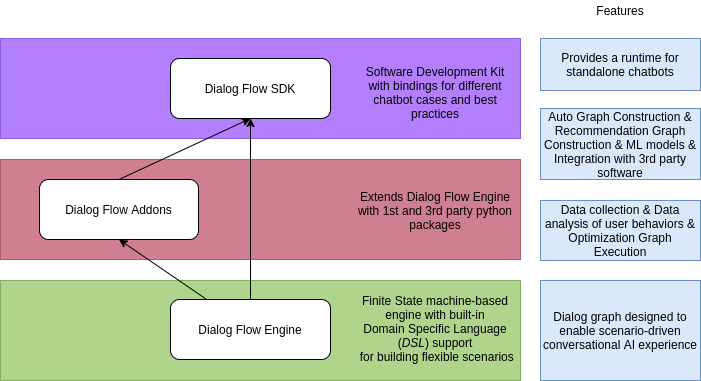
The draw.io diagram images/dff_stack.png in deeppavlovteam/dialog_flow_framework, before a commit. Source tidied: cells renumbered, new cells last; positions are measured from the earlier drawing's top-left corner, leaving out a move shared by most shapes.
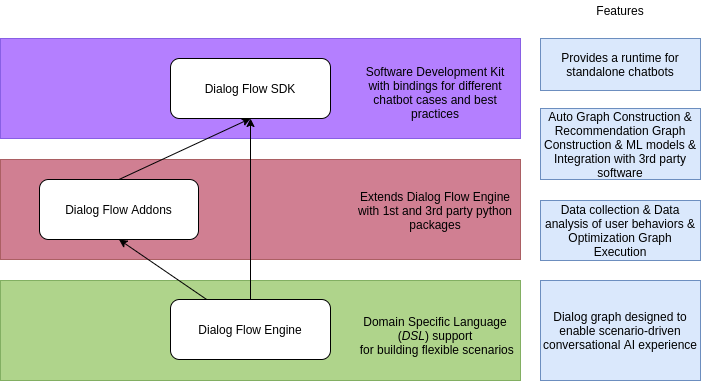
Above is the later version.

The edit, as a diff of the source:
```diff
@@ -32,7 +32,7 @@
     <mxCell id="11" value="Dialog Flow SDK" style="rounded=1;whiteSpace=wrap;html=1;" parent="1" vertex="1">
       <mxGeometry x="170" y="58" width="160" height="60" as="geometry" />
     </mxCell>
-    <mxCell id="12" value="&lt;span class=&quot;text&quot; lang=&quot;en&quot;&gt;&lt;span class=&quot;VIiyi&quot; lang=&quot;en&quot;&gt;&lt;span class=&quot;JLqJ4b ChMk0b&quot;&gt;&lt;span&gt;Finite State machine-based engine with built-in&lt;/span&gt;&lt;/span&gt;&lt;/span&gt;&lt;br&gt;Domain Specific Language (&lt;em&gt;DSL&lt;/em&gt;) support&lt;br&gt;&amp;nbsp;for building flexible scenarios&lt;br&gt;&amp;nbsp;&lt;/span&gt;" style="text;html=1;strokeColor=none;fillColor=none;align=center;verticalAlign=middle;whiteSpace=wrap;rounded=0;opacity=50;" parent="1" vertex="1">
+    <mxCell id="12" value="&lt;span class=&quot;text&quot; lang=&quot;en&quot;&gt;&lt;br&gt;Domain Specific Language (&lt;em&gt;DSL&lt;/em&gt;) support&lt;br&gt;&amp;nbsp;for building flexible scenarios&lt;br&gt;&amp;nbsp;&lt;/span&gt;" style="text;html=1;strokeColor=none;fillColor=none;align=center;verticalAlign=middle;whiteSpace=wrap;rounded=0;opacity=50;" parent="1" vertex="1">
       <mxGeometry x="350" y="295" width="170" height="80" as="geometry" />
     </mxCell>
     <mxCell id="13" value="Extends Dialog Flow Engine with&amp;nbsp;&lt;span class=&quot;VIiyi&quot; lang=&quot;en&quot;&gt;1st and 3rd party python packages&lt;/span&gt;" style="text;html=1;strokeColor=none;fillColor=none;align=center;verticalAlign=middle;whiteSpace=wrap;rounded=0;opacity=50;" parent="1" vertex="1">
```
